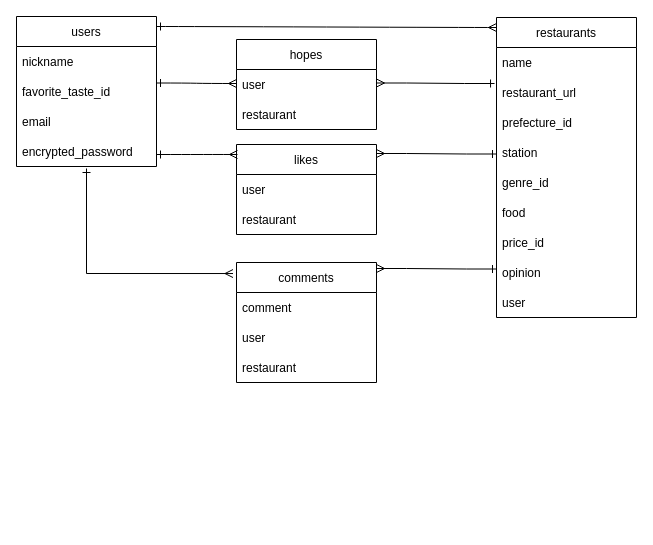
Earlier version of the draw.io diagram tankozo_er.dio (zaranah/tankozo). Source tidied: cells renumbered, new cells numbered last; positions are measured from the earlier drawing's top-left corner, leaving out a move shared by most shapes. Both pictures are drawn from the tidied source at 100%, with x=0, y=0 at pixel (16, 16).
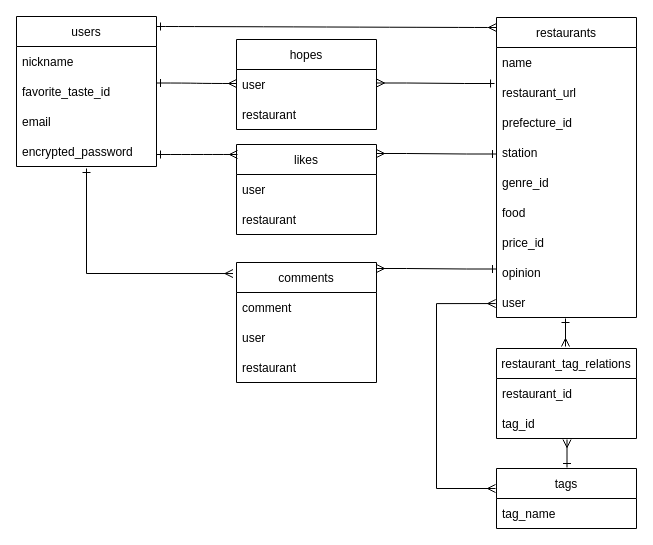
The same diagram, later.

The change refers to these unchanged cells:
```xml
<mxCell id="11" value="user" style="text;strokeColor=none;fillColor=none;align=left;verticalAlign=middle;spacingLeft=4;spacingRight=4;overflow=hidden;points=[[0,0.5],[1,0.5]];portConstraint=eastwest;" parent="2" vertex="1">
  <mxGeometry y="270" width="140" height="30" as="geometry" />
</mxCell>
```

The edit, as a diff of the source:
```diff
@@
+    <mxCell id="34" value="restaurant_tag_relations" style="swimlane;fontStyle=0;horizontal=1;startSize=30;" parent="1" vertex="1">
+      <mxGeometry x="480" y="332" width="140" height="90" as="geometry" />
+    </mxCell>
+    <mxCell id="35" value="restaurant_id" style="text;strokeColor=none;fillColor=none;align=left;verticalAlign=middle;spacingLeft=4;spacingRight=4;overflow=hidden;" parent="34" vertex="1">
+      <mxGeometry y="30" width="140" height="30" as="geometry" />
+    </mxCell>
+    <mxCell id="36" value="tag_id" style="text;strokeColor=none;fillColor=none;align=left;verticalAlign=middle;spacingLeft=4;spacingRight=4;overflow=hidden;" parent="34" vertex="1">
+      <mxGeometry y="60" width="140" height="30" as="geometry" />
+    </mxCell>
+    <mxCell id="37" value="tags" style="swimlane;fontStyle=0;horizontal=1;startSize=30;" parent="1" vertex="1">
+      <mxGeometry x="480" y="452" width="140" height="60" as="geometry" />
+    </mxCell>
+    <mxCell id="38" value="tag_name" style="text;strokeColor=none;fillColor=none;align=left;verticalAlign=middle;spacingLeft=4;spacingRight=4;overflow=hidden;" parent="37" vertex="1">
+      <mxGeometry y="30" width="140" height="30" as="geometry" />
+    </mxCell>
+    <mxCell id="39" style="fontSize=12;html=1;endArrow=ERone;startArrow=ERmany;startFill=0;rounded=0;endFill=0;exitX=0.464;exitY=-0.022;exitDx=0;exitDy=0;exitPerimeter=0;" parent="1" edge="1">
+      <mxGeometry relative="1" as="geometry">
+        <mxPoint x="549" y="330" as="sourcePoint" />
+        <mxPoint x="549" y="302" as="targetPoint" />
+      </mxGeometry>
+    </mxCell>
+    <mxCell id="40" style="fontSize=12;html=1;endArrow=ERone;startArrow=ERmany;startFill=0;rounded=0;endFill=0;" parent="1" edge="1">
+      <mxGeometry relative="1" as="geometry">
+        <mxPoint x="550.5" y="423" as="sourcePoint" />
+        <mxPoint x="550.5" y="451" as="targetPoint" />
+      </mxGeometry>
+    </mxCell>
+    <mxCell id="41" style="fontSize=12;html=1;endArrow=ERmany;startArrow=ERmany;startFill=0;rounded=0;endFill=0;entryX=-0.006;entryY=0.535;entryDx=0;entryDy=0;entryPerimeter=0;edgeStyle=orthogonalEdgeStyle;" parent="1" edge="1" target="11">
+      <mxGeometry relative="1" as="geometry">
+        <mxPoint x="479" y="472" as="sourcePoint" />
+        <Array as="points">
+          <mxPoint x="420" y="472" />
+          <mxPoint x="420" y="287" />
+        </Array>
+      </mxGeometry>
+    </mxCell>
```
